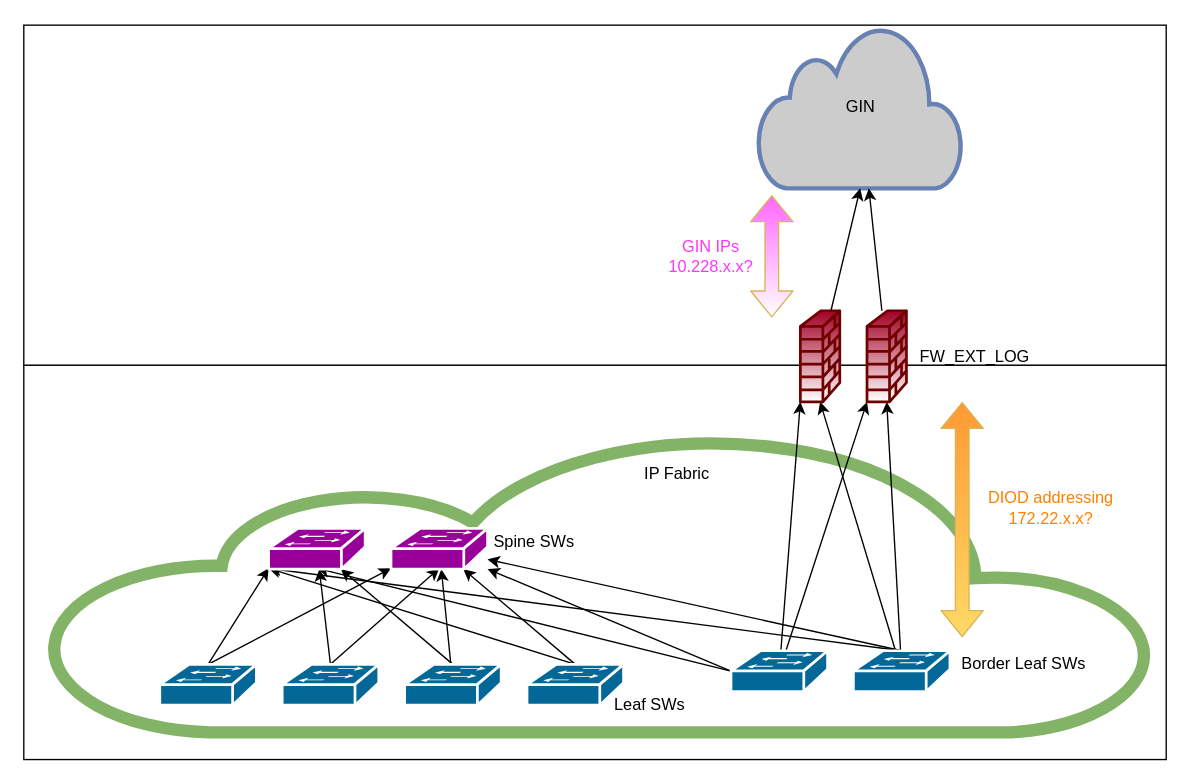
Before: Untitled Diagram.drawio in bogdanadrian-burciu/diagrams-net, a draw.io diagram. Source tidied: cells renumbered, new cells numbered last; positions are measured from the earlier drawing's top-left corner, leaving out a move shared by most shapes. Both pictures are drawn from the tidied source at 136%, with x=0, y=0 at pixel (23, 24).
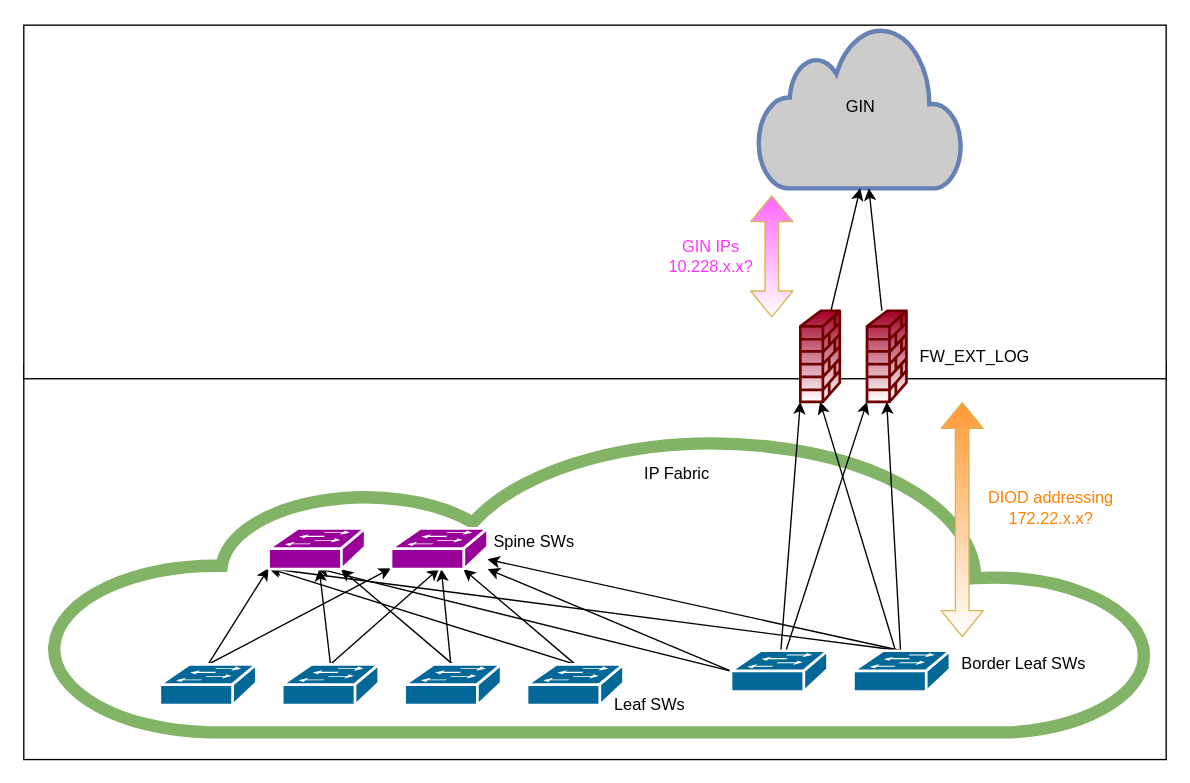
Above is the later version.

The edit, as a diff of the source:
```diff
@@
     <mxCell id="3" style="whiteSpace=wrap;html=1;strokeWidth=1;gradientColor=#ffffff;" parent="1" vertex="1">
-      <mxGeometry width="840" height="250" as="geometry" />
+      <mxGeometry width="840" height="260" as="geometry" />
     </mxCell>
@@
-    <mxCell id="41" style="shape=flexArrow;endArrow=classic;startArrow=classic;html=1;gradientColor=#ffd966;strokeColor=#d6b656;fillColor=#FF9933;" parent="1" edge="1">
+    <mxCell id="41" style="shape=flexArrow;endArrow=classic;startArrow=classic;html=1;strokeColor=#d6b656;fillColor=#FF9933;gradientColor=#FFFFFF;" parent="1" edge="1">
       <mxGeometry relative="1" as="geometry">
         <mxPoint x="690" y="450" as="sourcePoint" />
         <mxPoint x="690" y="277" as="targetPoint" />
       </mxGeometry>
     </mxCell>
```
